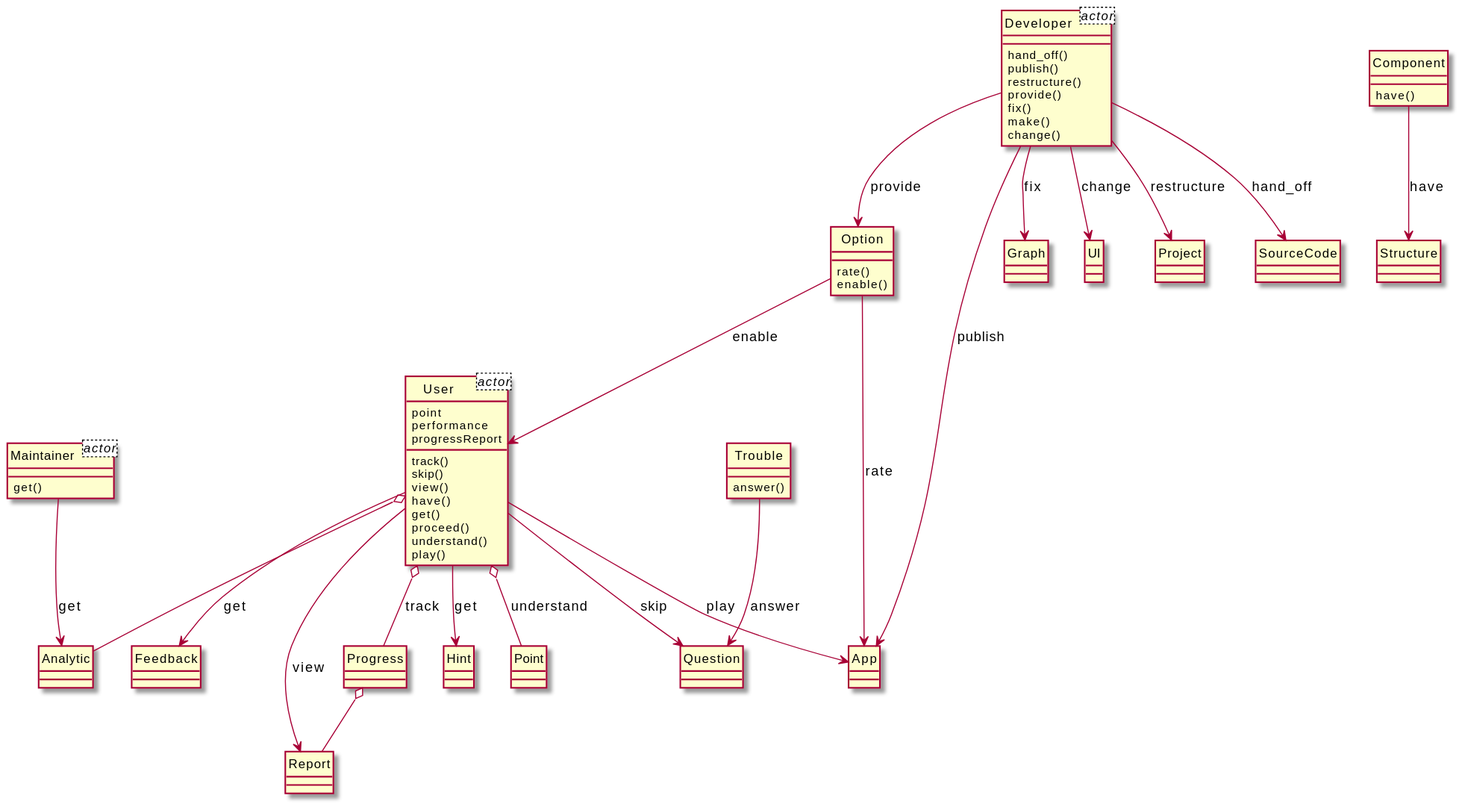
The PlantUML diagram output/diagram_5/2019-USC-Project07.svg in xixixhalu/DomainModelExtractor, before a commit.
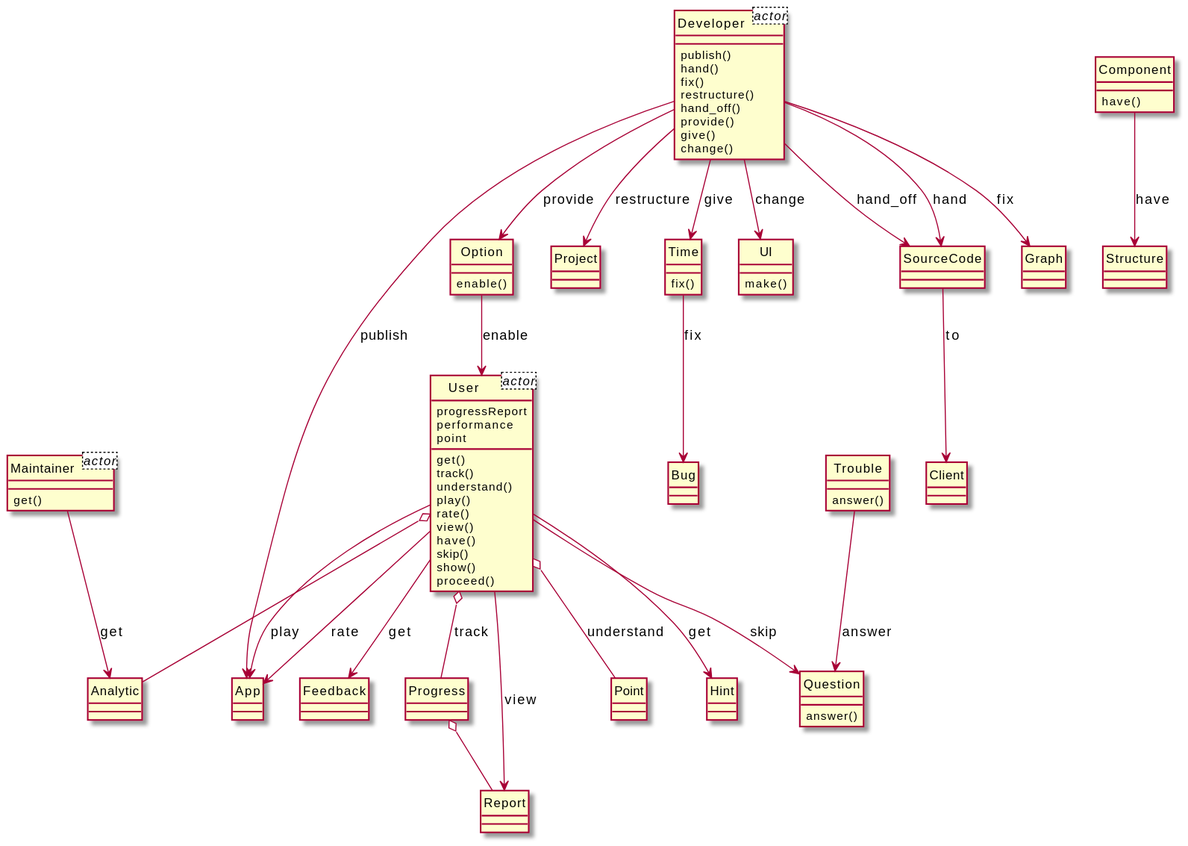
After the commit.

The edit, as a diff of the source:
```diff
@@ -1,9 +1,9 @@
 @startuml
 hide circle
 class User<actor> {
+	progressReport
+	performance
 	point
-	performance
-	progressReport
 }
 class Developer<actor> {
 }
@@ -12,79 +12,94 @@
 class Analytic {
 }
 class Developer {
+	publish()
+	hand()
+	fix()
+	restructure()
 	hand_off()
-	publish()
-	restructure()
 	provide()
-	fix()
-	make()
+	give()
 	change()
 }
-class Graph {
+class Option {
+	enable()
+}
+class Time {
+	fix()
+}
+class Project {
 }
 class User {
+	get()
 	track()
-	skip()
+	understand()
+	play()
+	rate()
 	view()
 	have()
+	skip()
+	show()
+	proceed()
+}
+class Hint {
+}
+class Maintainer {
 	get()
-	proceed()
-	understand()
-	play()
+}
+class Question {
+	answer()
 }
 class App {
 }
-class Option {
-	rate()
-	enable()
-}
 class UI {
+	make()
 }
 class Feedback {
 }
-class Report {
+class SourceCode {
 }
 class Component {
 	have()
 }
 class Structure {
 }
-class Maintainer {
-	get()
+class Bug {
+}
+class Progress {
+}
+class Report {
+}
+class Graph {
+}
+class Point {
 }
 class Trouble {
 	answer()
 }
-class Question {
+class Client {
 }
-class Hint {
-}
-class Project {
-}
-class SourceCode {
-}
-class Point {
-}
-class Progress {
-}
-Option --> App : rate
-Progress o-- Report
-Component --> Structure : have
 User --> App : play
-User o-- Progress : track
-User o-- Analytic
+Developer --> Time : give
 Developer --> App : publish
+Developer --> Graph : fix
 User --> Question : skip
 Maintainer --> Analytic : get
+User --> App : rate
+User o-- Point : understand
+Trouble --> Question : answer
+Developer --> UI : change
+Option --> User : enable
+User o-- Analytic
+User --> Feedback : get
+SourceCode --> Client : to
+Developer --> Project : restructure
+Developer --> SourceCode : hand_off
+Progress o-- Report
+Developer --> SourceCode : hand
+User --> Hint : get
+Component --> Structure : have
+Time --> Bug : fix
+User o-- Progress : track
 User --> Report : view
-Trouble --> Question : answer
-User --> Hint : get
-User --> Feedback : get
 Developer --> Option : provide
-Option --> User : enable
-Developer --> Project : restructure
-User o-- Point : understand
-Developer --> SourceCode : hand_off
-Developer --> UI : change
-Developer --> Graph : fix
 @enduml
```
